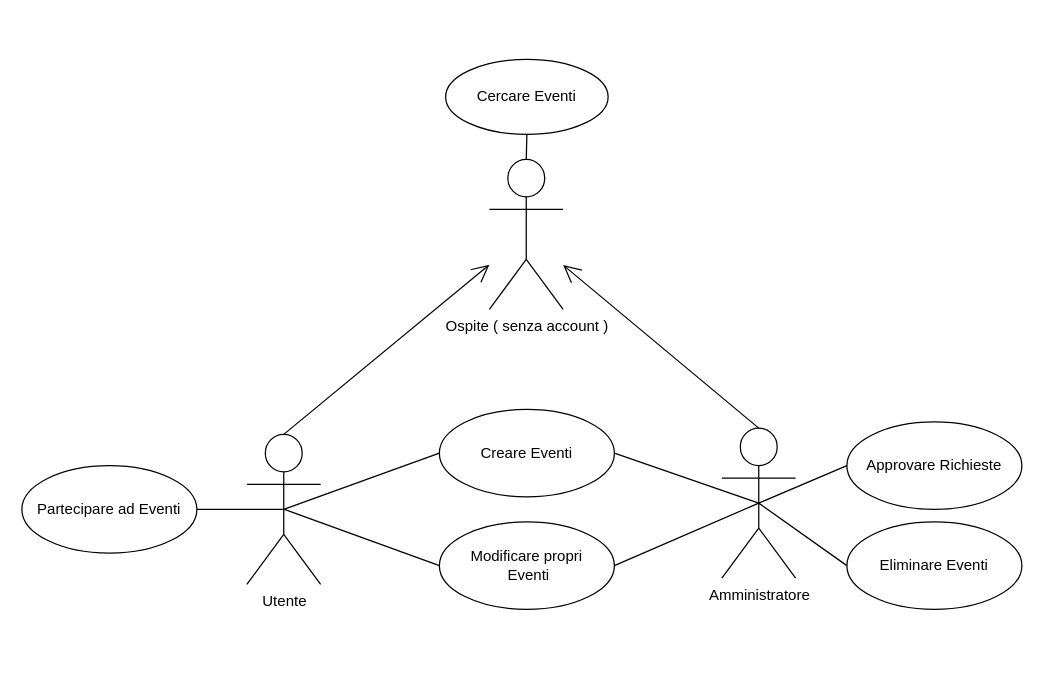
Earlier version of the draw.io diagram Use Case Diagram.drawio (leonerder/GroupApp_FrontEnd). Source tidied: cells renumbered, new cells numbered last; positions are measured from the earlier drawing's top-left corner, leaving out a move shared by most shapes. Both pictures are drawn from the tidied source at 125%, with x=0, y=0 at pixel (21, 59).
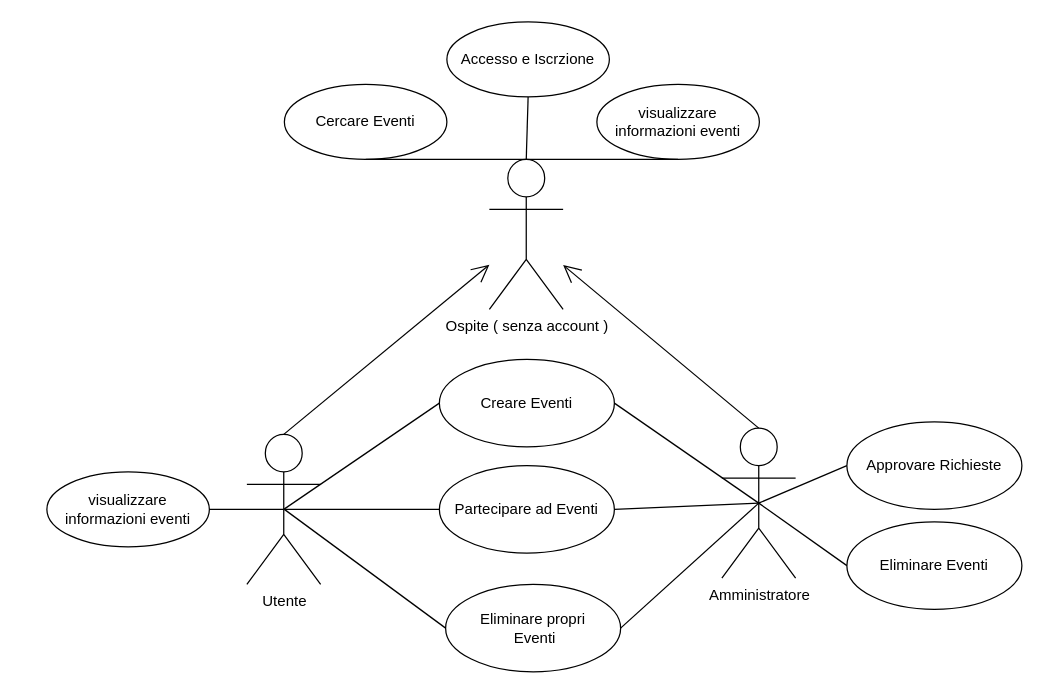
The same page after the edit.

Unchanged cells that the change refers to:
```xml
<mxCell id="2" value="Ospite ( senza account )" style="shape=umlActor;verticalLabelPosition=bottom;verticalAlign=top;html=1;shadow=0;" parent="1" vertex="1">
  <mxGeometry x="374" y="80" width="59" height="120" as="geometry" />
</mxCell>
<mxCell id="4" value="Utente" style="shape=umlActor;verticalLabelPosition=bottom;verticalAlign=top;html=1;shadow=0;" parent="1" vertex="1">
  <mxGeometry x="180" y="300" width="59" height="120" as="geometry" />
</mxCell>
<mxCell id="7" value="Amministratore" style="shape=umlActor;verticalLabelPosition=bottom;verticalAlign=top;html=1;shadow=0;" parent="1" vertex="1">
  <mxGeometry x="560" y="295" width="59" height="120" as="geometry" />
</mxCell>
```

Diff of the diagram source:
```diff
@@
     <mxCell id="3" value="Cercare Eventi" style="ellipse;whiteSpace=wrap;html=1;shadow=0;" parent="1" vertex="1">
-      <mxGeometry x="339" width="130" height="60" as="geometry" />
+      <mxGeometry x="210" y="20" width="130" height="60" as="geometry" />
     </mxCell>
@@
     <mxCell id="5" value="Partecipare ad Eventi" style="ellipse;whiteSpace=wrap;html=1;shadow=0;" parent="1" vertex="1">
-      <mxGeometry y="325" width="140" height="70" as="geometry" />
+      <mxGeometry x="334" y="325" width="140" height="70" as="geometry" />
     </mxCell>
     <mxCell id="6" value="Creare Eventi" style="ellipse;whiteSpace=wrap;html=1;shadow=0;" parent="1" vertex="1">
-      <mxGeometry x="334" y="280" width="140" height="70" as="geometry" />
+      <mxGeometry x="334" y="240" width="140" height="70" as="geometry" />
     </mxCell>
@@
-    <mxCell id="10" value="Modificare propri&lt;div&gt;&lt;span style=&quot;background-color: initial;&quot;&gt;&amp;nbsp;Eventi&lt;/span&gt;&lt;/div&gt;" style="ellipse;whiteSpace=wrap;html=1;shadow=0;" parent="1" vertex="1">
-      <mxGeometry x="334" y="370" width="140" height="70" as="geometry" />
+    <mxCell id="10" value="Eliminare propri&lt;div&gt;&lt;span style=&quot;background-color: initial;&quot;&gt;&amp;nbsp;Eventi&lt;/span&gt;&lt;/div&gt;" style="ellipse;whiteSpace=wrap;html=1;shadow=0;" parent="1" vertex="1">
+      <mxGeometry x="339" y="420" width="140" height="70" as="geometry" />
     </mxCell>
@@
-    <mxCell id="13" style="rounded=0;jettySize=auto;html=1;exitX=1;exitY=0.5;exitDx=0;exitDy=0;endArrow=none;endFill=0;entryX=0.5;entryY=0.5;entryDx=0;entryDy=0;entryPerimeter=0;shadow=0;" parent="1" edge="1" source="5" target="4">
-      <mxGeometry relative="1" as="geometry" />
-    </mxCell>
@@
+    <mxCell id="21" style="rounded=0;jettySize=auto;html=1;endArrow=none;endFill=0;entryX=0.5;entryY=0.5;entryDx=0;entryDy=0;exitX=1;exitY=0.5;exitDx=0;exitDy=0;shadow=0;entryPerimeter=0;" parent="1" edge="1" source="5" target="7">
+      <mxGeometry relative="1" as="geometry" />
+    </mxCell>
+    <mxCell id="22" style="rounded=0;jettySize=auto;html=1;endArrow=none;endFill=0;entryX=0;entryY=0.5;entryDx=0;entryDy=0;exitX=0.5;exitY=0.5;exitDx=0;exitDy=0;exitPerimeter=0;shadow=0;" parent="1" edge="1" target="5">
+      <mxGeometry relative="1" as="geometry">
+        <mxPoint x="210" y="360" as="sourcePoint" />
+      </mxGeometry>
+    </mxCell>
+    <mxCell id="23" value="visualizzare informazioni eventi" style="ellipse;whiteSpace=wrap;html=1;shadow=0;" parent="1" vertex="1">
+      <mxGeometry x="460" y="20" width="130" height="60" as="geometry" />
+    </mxCell>
+    <mxCell id="24" style="rounded=0;jettySize=auto;html=1;endArrow=none;endFill=0;entryX=0.5;entryY=1;entryDx=0;entryDy=0;exitX=0.5;exitY=0;exitDx=0;exitDy=0;exitPerimeter=0;shadow=0;" parent="1" edge="1" source="2" target="23">
+      <mxGeometry relative="1" as="geometry" />
+    </mxCell>
+    <mxCell id="25" value="visualizzare informazioni eventi" style="ellipse;whiteSpace=wrap;html=1;shadow=0;" parent="1" vertex="1">
+      <mxGeometry x="20" y="330" width="130" height="60" as="geometry" />
+    </mxCell>
+    <mxCell id="26" style="rounded=0;jettySize=auto;html=1;endArrow=none;endFill=0;entryX=0.5;entryY=0.5;entryDx=0;entryDy=0;exitX=1;exitY=0.5;exitDx=0;exitDy=0;shadow=0;entryPerimeter=0;" parent="1" edge="1" source="25" target="4">
+      <mxGeometry relative="1" as="geometry" />
+    </mxCell>
+    <mxCell id="27" value="Accesso e Iscrzione" style="ellipse;whiteSpace=wrap;html=1;shadow=0;" parent="1" vertex="1">
+      <mxGeometry x="340" y="-30" width="130" height="60" as="geometry" />
+    </mxCell>
+    <mxCell id="28" style="rounded=0;jettySize=auto;html=1;endArrow=none;endFill=0;entryX=0.5;entryY=0;entryDx=0;entryDy=0;exitX=0.5;exitY=1;exitDx=0;exitDy=0;shadow=0;entryPerimeter=0;" parent="1" edge="1" source="27" target="2">
+      <mxGeometry relative="1" as="geometry" />
+    </mxCell>
```
